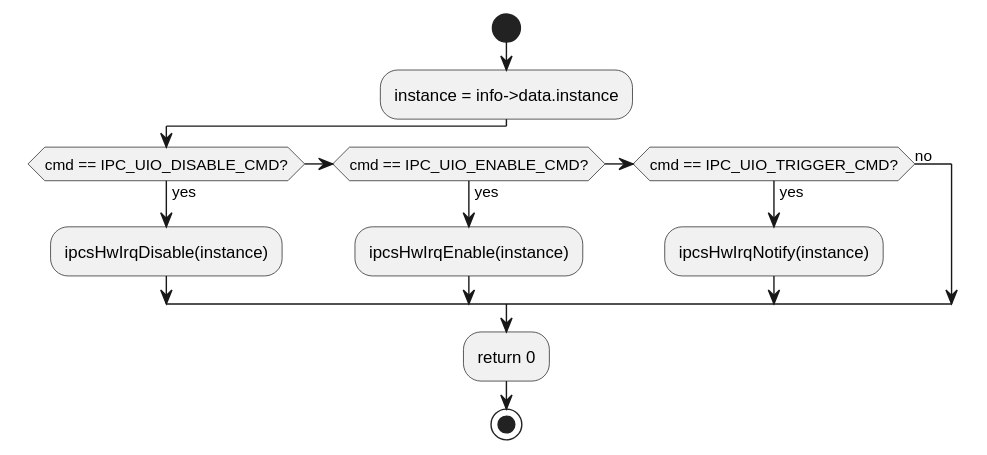
The PlantUML diagram c1_sdd_linux-ipcs/cursor_tmp/flow_svgs/linux_6_4_19_ipcsShmUioIrqcontrol.svg in Mastang1/sad_sdd_proj, before a commit. The source it was exported from:
```plantuml
@startuml
!pragma layout smetana
skinparam conditionStyle insideDiamond
skinparam linetype ortho
start
:instance = info->data.instance;
if (cmd == IPC_UIO_DISABLE_CMD?) then (yes)
  :ipcsHwIrqDisable(instance);
elseif (cmd == IPC_UIO_ENABLE_CMD?) then (yes)
  :ipcsHwIrqEnable(instance);
elseif (cmd == IPC_UIO_TRIGGER_CMD?) then (yes)
  :ipcsHwIrqNotify(instance);
else (no)
endif
:return 0;
stop
@enduml
```
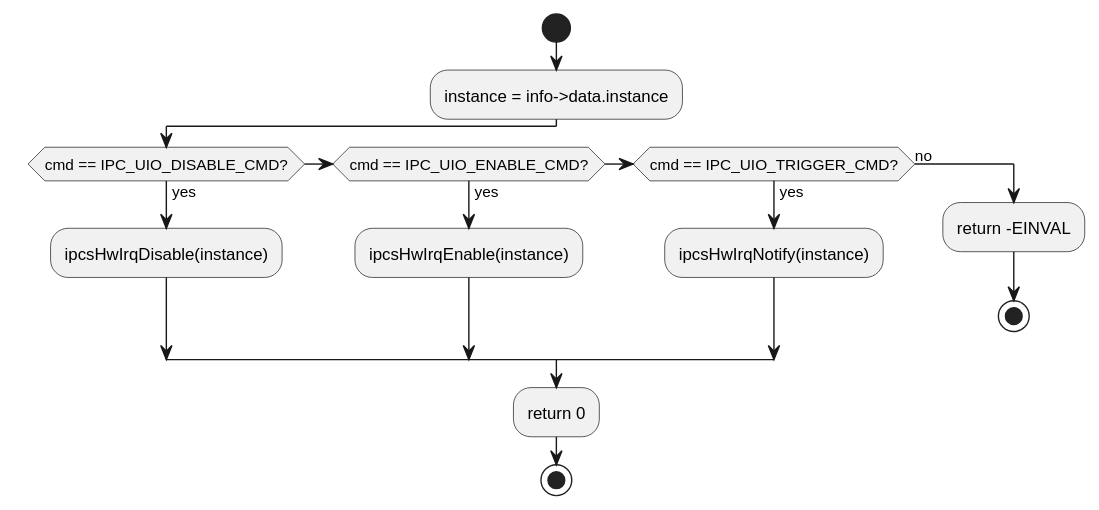
The same diagram one commit later.

The edit, as a diff of the source:
```diff
@@ -11,6 +11,8 @@
 elseif (cmd == IPC_UIO_TRIGGER_CMD?) then (yes)
   :ipcsHwIrqNotify(instance);
 else (no)
+  :return -EINVAL;
+stop
 endif
 :return 0;
 stop
```
